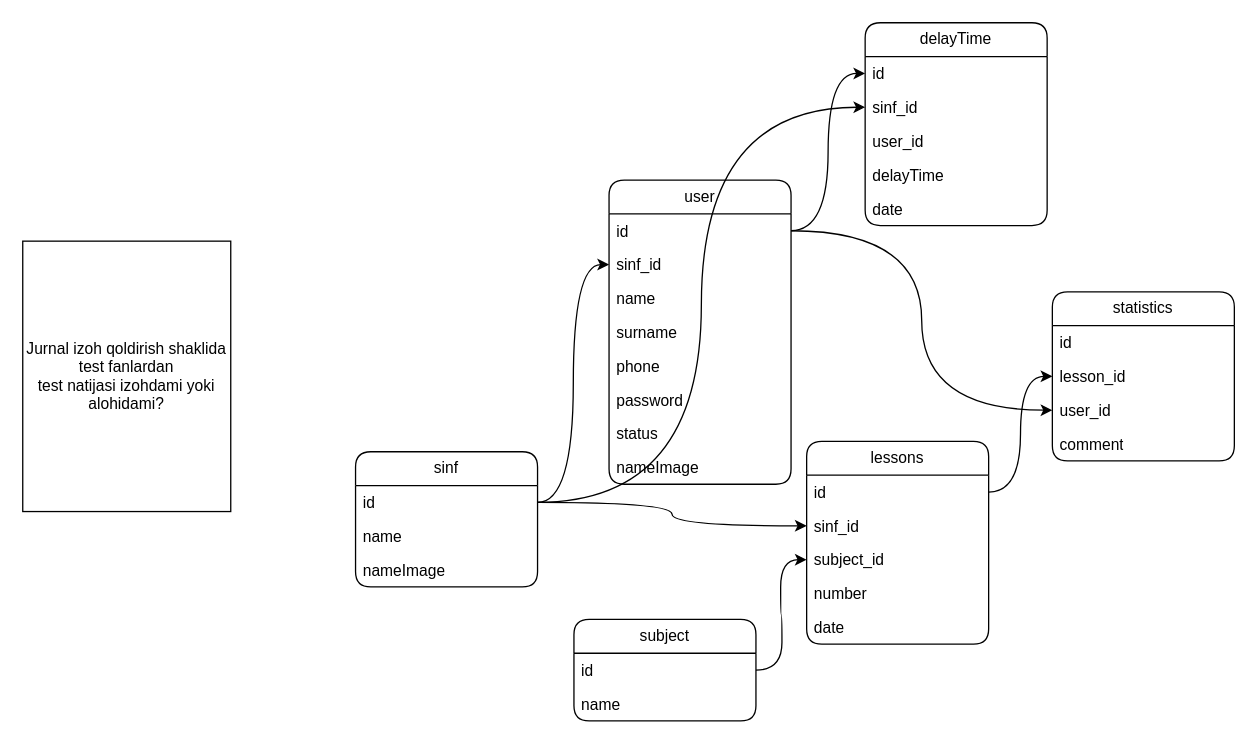
Before: Ixlos.drawio in MardonAslonov/DrawIo, a draw.io diagram. Source tidied: cells renumbered, new cells numbered last; positions are measured from the earlier drawing's top-left corner, leaving out a move shared by most shapes. Both pictures are drawn from the tidied source at 130%, with x=0, y=0 at pixel (22, 22).
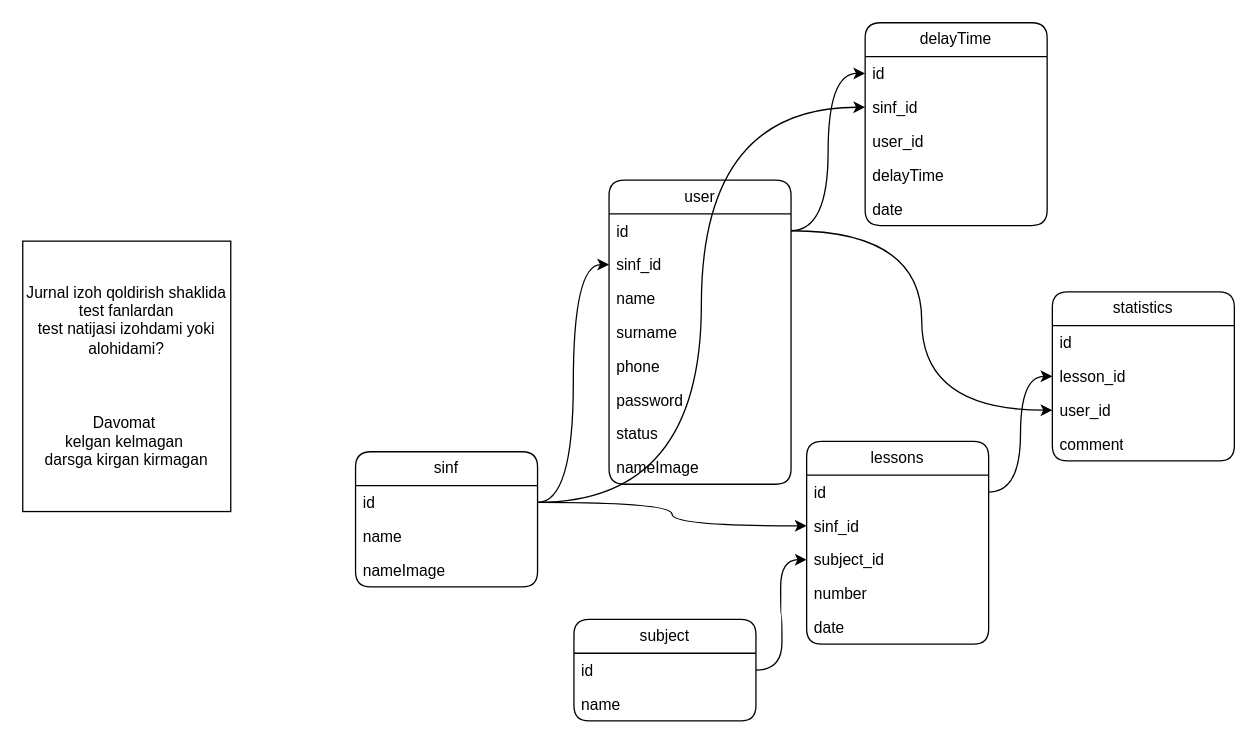
The same diagram, later.

Diff of the diagram source:
```diff
@@
-    <mxCell id="11" value="Jurnal izoh qoldirish shaklida&lt;br&gt;test fanlardan&lt;br&gt;test natijasi izohdami yoki alohidami?" style="rounded=0;whiteSpace=wrap;html=1;" parent="1" vertex="1">
+    <mxCell id="11" value="Jurnal izoh qoldirish shaklida&lt;br&gt;test fanlardan&lt;br&gt;test natijasi izohdami yoki alohidami?&lt;br&gt;&lt;br&gt;&lt;br&gt;&lt;br&gt;Davomat&amp;nbsp;&lt;br&gt;kelgan kelmagan&amp;nbsp;&lt;br&gt;darsga kirgan kirmagan" style="rounded=0;whiteSpace=wrap;html=1;" parent="1" vertex="1">
       <mxGeometry y="168" width="160" height="208" as="geometry" />
     </mxCell>
```
